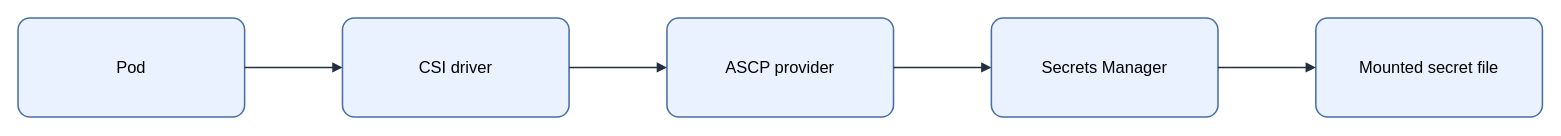
The draw.io diagram assets/img/aws/eks-secrets-manager-csi.drawio in KKamJi98/kkamji98.github.io, before the edit. Source tidied: cells renumbered, new cells numbered last; positions are measured from the earlier drawing's top-left corner, leaving out a move shared by most shapes. Both pictures are drawn from the tidied source at 103%, with x=0, y=0 at pixel (18, 18).
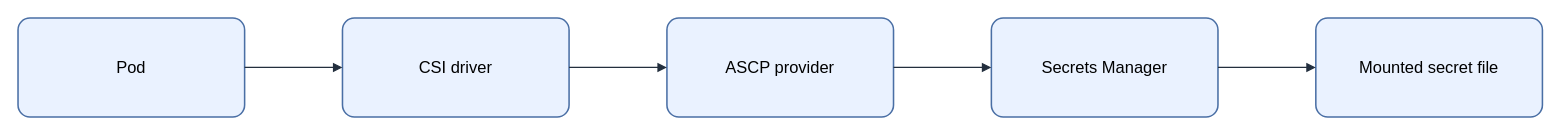
The same diagram, later.

Change to the diagram source:
```diff
@@
 <mxGraphModel background="#FFFFFF">
   <root>
     <mxCell id="0" />
     <mxCell id="1" parent="0" />
-    <mxCell id="2" value="&lt;font style=&quot;color: rgb(0, 0, 0);&quot;&gt;Pod&lt;/font&gt;" style="rounded=1;arcSize=12;whiteSpace=wrap;html=1;fillColor=#EAF2FF;strokeColor=#4A6FA5;strokeWidth=1.5;fontColor=#000000;fontSize=16;align=center;verticalAlign=middle;spacing=8;shadow=0;" parent="1" vertex="1">
+    <mxCell id="2" value="Pod" style="rounded=1;arcSize=12;whiteSpace=wrap;html=0;fillColor=#EAF2FF;strokeColor=#4A6FA5;strokeWidth=1.5;fontColor=#000000;fontSize=16;align=center;verticalAlign=middle;spacing=8;shadow=0;" parent="1" vertex="1">
       <mxGeometry width="220" height="96" as="geometry" />
     </mxCell>
-    <mxCell id="3" value="&lt;font style=&quot;color: rgb(0, 0, 0);&quot;&gt;CSI driver&lt;/font&gt;" style="rounded=1;arcSize=12;whiteSpace=wrap;html=1;fillColor=#EAF2FF;strokeColor=#4A6FA5;strokeWidth=1.5;fontColor=#000000;fontSize=16;align=center;verticalAlign=middle;spacing=8;shadow=0;" parent="1" vertex="1">
+    <mxCell id="3" value="CSI driver" style="rounded=1;arcSize=12;whiteSpace=wrap;html=0;fillColor=#EAF2FF;strokeColor=#4A6FA5;strokeWidth=1.5;fontColor=#000000;fontSize=16;align=center;verticalAlign=middle;spacing=8;shadow=0;" parent="1" vertex="1">
       <mxGeometry x="315" width="220" height="96" as="geometry" />
     </mxCell>
-    <mxCell id="4" value="&lt;font style=&quot;color: rgb(0, 0, 0);&quot;&gt;ASCP provider&lt;/font&gt;" style="rounded=1;arcSize=12;whiteSpace=wrap;html=1;fillColor=#EAF2FF;strokeColor=#4A6FA5;strokeWidth=1.5;fontColor=#000000;fontSize=16;align=center;verticalAlign=middle;spacing=8;shadow=0;" parent="1" vertex="1">
+    <mxCell id="4" value="ASCP provider" style="rounded=1;arcSize=12;whiteSpace=wrap;html=0;fillColor=#EAF2FF;strokeColor=#4A6FA5;strokeWidth=1.5;fontColor=#000000;fontSize=16;align=center;verticalAlign=middle;spacing=8;shadow=0;" parent="1" vertex="1">
       <mxGeometry x="630" width="220" height="96" as="geometry" />
     </mxCell>
-    <mxCell id="5" value="&lt;font style=&quot;color: rgb(0, 0, 0);&quot;&gt;Secrets Manager&lt;/font&gt;" style="rounded=1;arcSize=12;whiteSpace=wrap;html=1;fillColor=#EAF2FF;strokeColor=#4A6FA5;strokeWidth=1.5;fontColor=#000000;fontSize=16;align=center;verticalAlign=middle;spacing=8;shadow=0;" parent="1" vertex="1">
+    <mxCell id="5" value="Secrets Manager" style="rounded=1;arcSize=12;whiteSpace=wrap;html=0;fillColor=#EAF2FF;strokeColor=#4A6FA5;strokeWidth=1.5;fontColor=#000000;fontSize=16;align=center;verticalAlign=middle;spacing=8;shadow=0;" parent="1" vertex="1">
       <mxGeometry x="945" width="220" height="96" as="geometry" />
     </mxCell>
-    <mxCell id="6" value="&lt;font style=&quot;color: rgb(0, 0, 0);&quot;&gt;Mounted secret file&lt;/font&gt;" style="rounded=1;arcSize=12;whiteSpace=wrap;html=1;fillColor=#EAF2FF;strokeColor=#4A6FA5;strokeWidth=1.5;fontColor=#000000;fontSize=16;align=center;verticalAlign=middle;spacing=8;shadow=0;" parent="1" vertex="1">
+    <mxCell id="6" value="Mounted secret file" style="rounded=1;arcSize=12;whiteSpace=wrap;html=0;fillColor=#EAF2FF;strokeColor=#4A6FA5;strokeWidth=1.5;fontColor=#000000;fontSize=16;align=center;verticalAlign=middle;spacing=8;shadow=0;" parent="1" vertex="1">
       <mxGeometry x="1260" width="220" height="96" as="geometry" />
     </mxCell>
-    <mxCell id="7" style="edgeStyle=orthogonalEdgeStyle;rounded=0;jettySize=auto;html=1;endArrow=block;endFill=1;strokeColor=#232F3E;strokeWidth=1.5;fontColor=#000000;labelBackgroundColor=none;exitX=1;exitY=0.5;exitDx=0;exitDy=0;entryX=0;entryY=0.5;entryDx=0;entryDy=0;" parent="1" edge="1" source="2" target="3">
+    <mxCell id="7" style="edgeStyle=orthogonalEdgeStyle;rounded=0;jettySize=auto;html=0;endArrow=block;endFill=1;strokeColor=#232F3E;strokeWidth=1.25;fontColor=#000000;labelBackgroundColor=none;exitX=1;exitY=0.5;exitDx=0;exitDy=0;entryX=0;entryY=0.5;entryDx=0;entryDy=0;" parent="1" edge="1" source="2" target="3">
       <mxGeometry relative="1" as="geometry" />
     </mxCell>
-    <mxCell id="8" style="edgeStyle=orthogonalEdgeStyle;rounded=0;jettySize=auto;html=1;endArrow=block;endFill=1;strokeColor=#232F3E;strokeWidth=1.5;fontColor=#000000;labelBackgroundColor=none;exitX=1;exitY=0.5;exitDx=0;exitDy=0;entryX=0;entryY=0.5;entryDx=0;entryDy=0;" parent="1" edge="1" source="3" target="4">
+    <mxCell id="8" style="edgeStyle=orthogonalEdgeStyle;rounded=0;jettySize=auto;html=0;endArrow=block;endFill=1;strokeColor=#232F3E;strokeWidth=1.25;fontColor=#000000;labelBackgroundColor=none;exitX=1;exitY=0.5;exitDx=0;exitDy=0;entryX=0;entryY=0.5;entryDx=0;entryDy=0;" parent="1" edge="1" source="3" target="4">
       <mxGeometry relative="1" as="geometry" />
     </mxCell>
-    <mxCell id="9" style="edgeStyle=orthogonalEdgeStyle;rounded=0;jettySize=auto;html=1;endArrow=block;endFill=1;strokeColor=#232F3E;strokeWidth=1.5;fontColor=#000000;labelBackgroundColor=none;exitX=1;exitY=0.5;exitDx=0;exitDy=0;entryX=0;entryY=0.5;entryDx=0;entryDy=0;" parent="1" edge="1" source="4" target="5">
+    <mxCell id="9" style="edgeStyle=orthogonalEdgeStyle;rounded=0;jettySize=auto;html=0;endArrow=block;endFill=1;strokeColor=#232F3E;strokeWidth=1.25;fontColor=#000000;labelBackgroundColor=none;exitX=1;exitY=0.5;exitDx=0;exitDy=0;entryX=0;entryY=0.5;entryDx=0;entryDy=0;" parent="1" edge="1" source="4" target="5">
       <mxGeometry relative="1" as="geometry" />
     </mxCell>
-    <mxCell id="10" style="edgeStyle=orthogonalEdgeStyle;rounded=0;jettySize=auto;html=1;endArrow=block;endFill=1;strokeColor=#232F3E;strokeWidth=1.5;fontColor=#000000;labelBackgroundColor=none;exitX=1;exitY=0.5;exitDx=0;exitDy=0;entryX=0;entryY=0.5;entryDx=0;entryDy=0;" parent="1" edge="1" source="5" target="6">
+    <mxCell id="10" style="edgeStyle=orthogonalEdgeStyle;rounded=0;jettySize=auto;html=0;endArrow=block;endFill=1;strokeColor=#232F3E;strokeWidth=1.25;fontColor=#000000;labelBackgroundColor=none;exitX=1;exitY=0.5;exitDx=0;exitDy=0;entryX=0;entryY=0.5;entryDx=0;entryDy=0;" parent="1" edge="1" source="5" target="6">
       <mxGeometry relative="1" as="geometry" />
     </mxCell>
   </root>
 </mxGraphModel>
```
